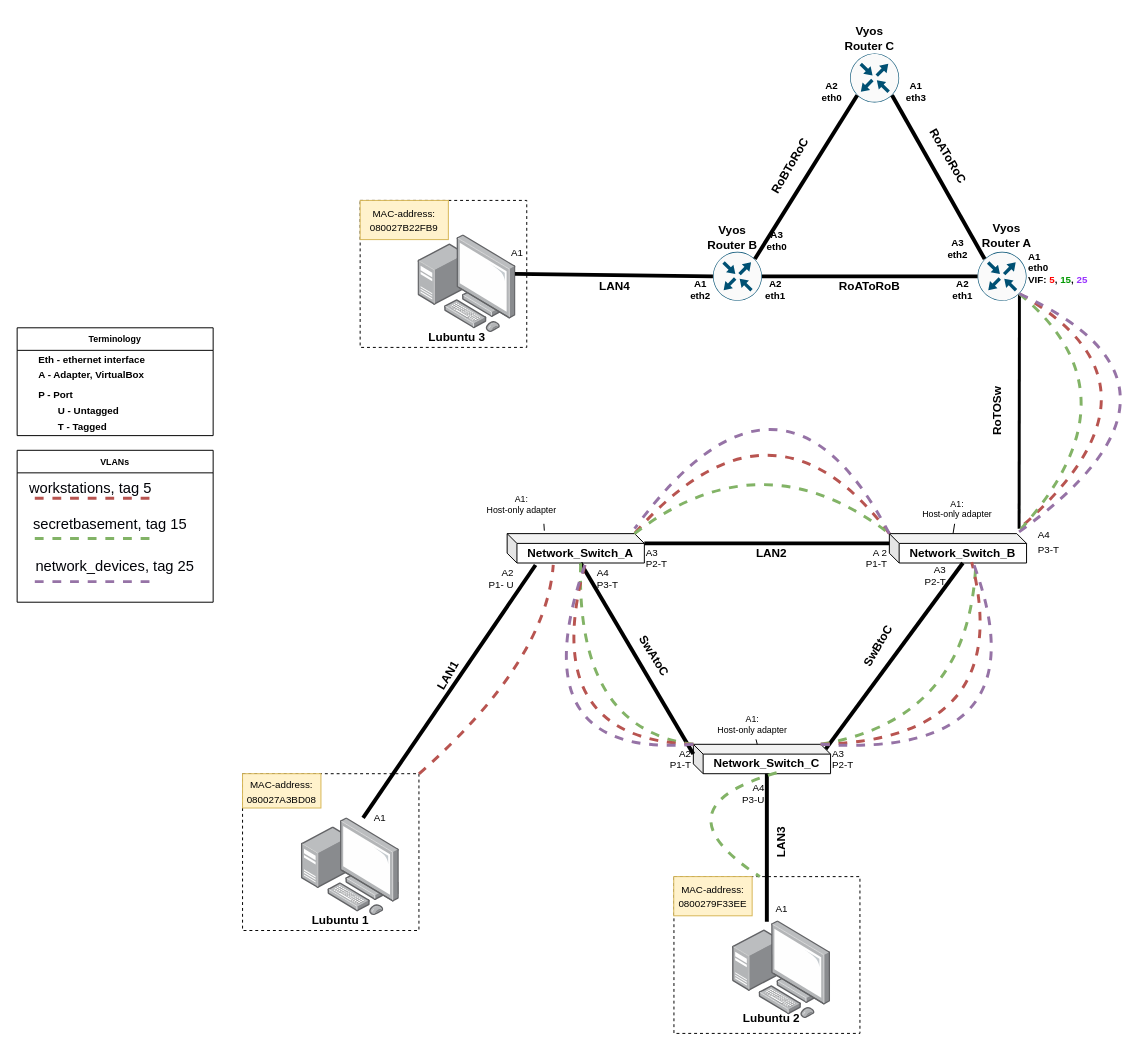
Above: page "Physical Topology" (1 of 4) of documentation/E09/E09NetworkCharts.drawio in Kjersheim/DataNetworksIntro2023 (draw.io), before the change. Source tidied: cells renumbered, new cells numbered last; positions are measured from the earlier drawing's top-left corner, leaving out a move shared by most shapes. Both pictures are drawn from the tidied source at 98%, with x=0, y=0 at pixel (17, 24).
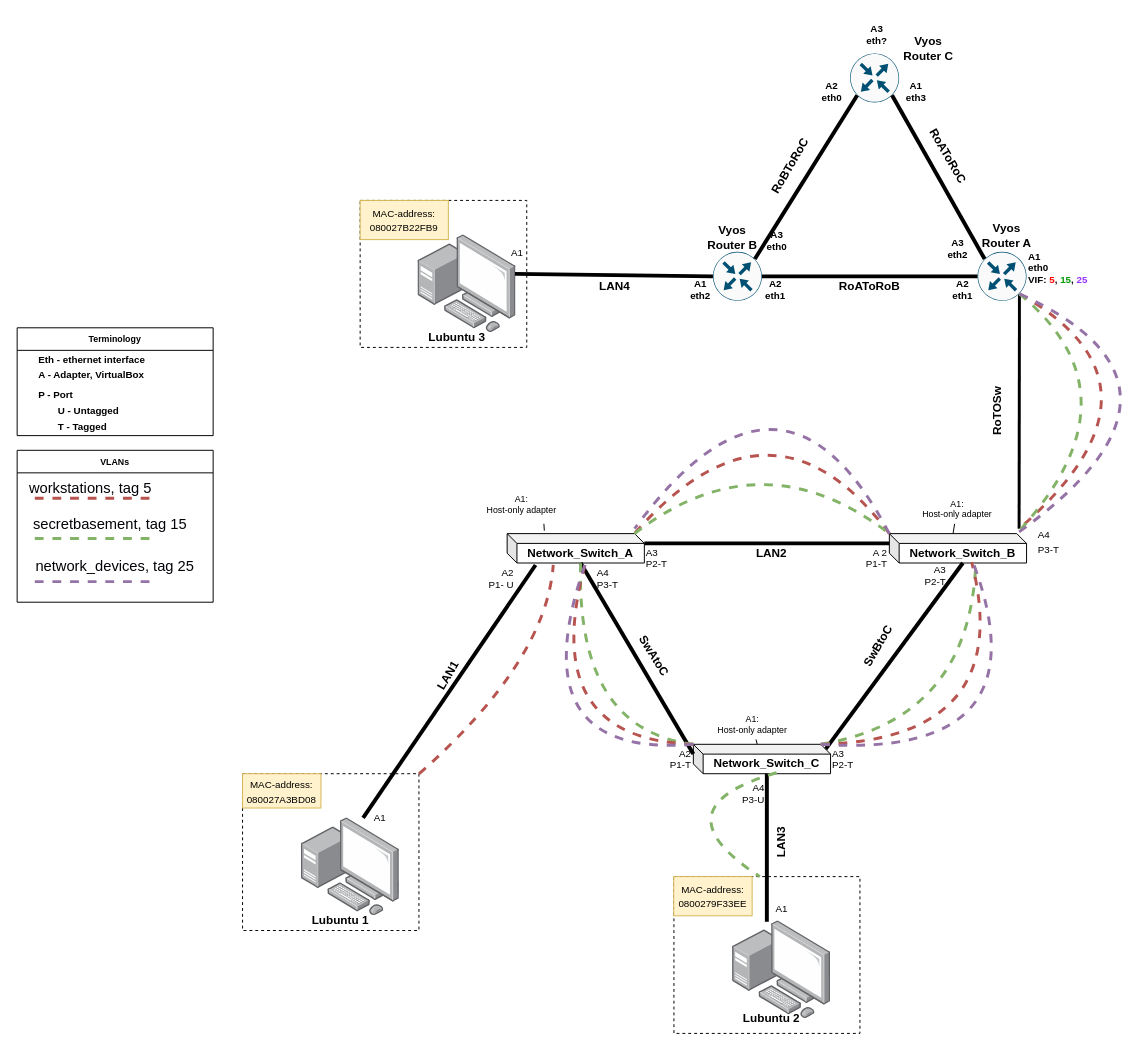
Above is the later version.

Diff of the diagram source:
```diff
@@
     <mxCell id="88" value="Vyos Router C" style="text;strokeColor=none;align=center;fillColor=none;html=1;verticalAlign=middle;whiteSpace=wrap;rounded=0;fontStyle=1;" parent="1" vertex="1">
-      <mxGeometry x="840" width="60" height="30" as="geometry" />
+      <mxGeometry x="900" y="10" width="60" height="30" as="geometry" />
     </mxCell>
@@
+    <mxCell id="97" value="A3&lt;br&gt;eth?" style="text;strokeColor=none;align=center;fillColor=none;html=1;verticalAlign=middle;whiteSpace=wrap;rounded=0;rotation=0;fontStyle=1;fontSize=10;" parent="1" vertex="1">
+      <mxGeometry x="860" y="-7.5" width="35" height="37.5" as="geometry" />
+    </mxCell>
```
